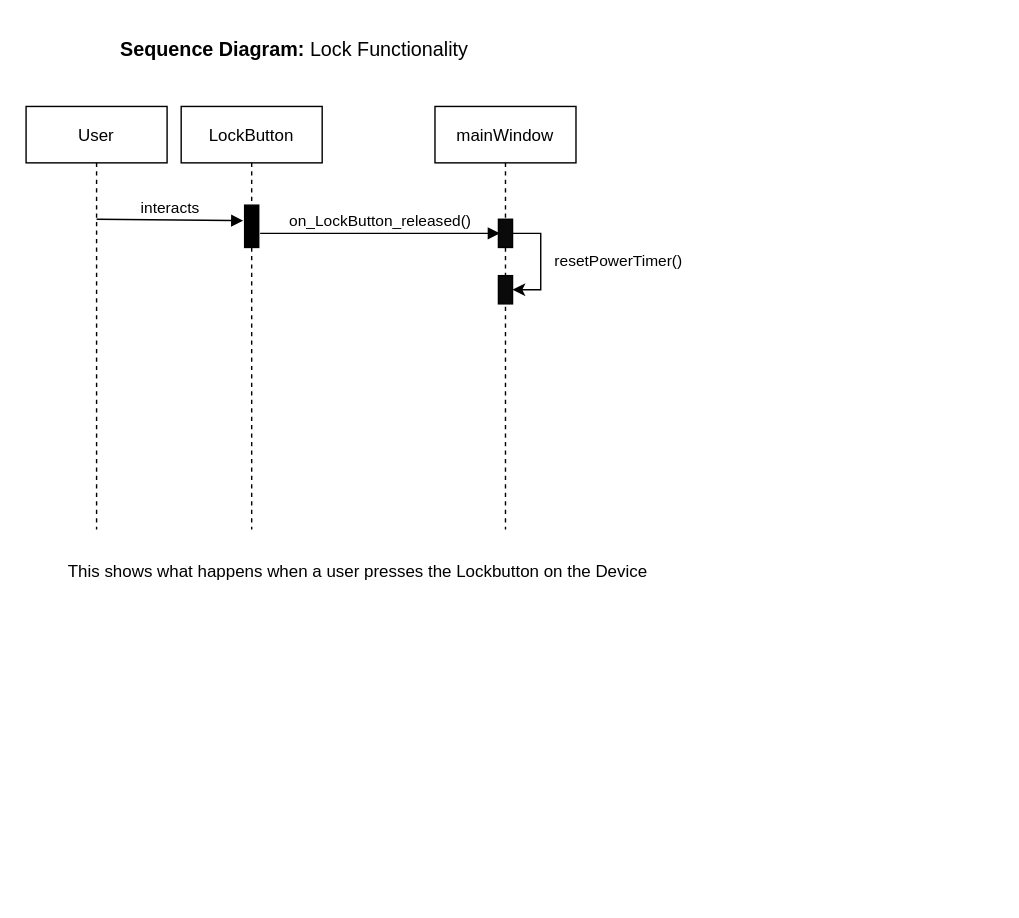
Above: Documentation/lockSequence.drawio in Hall-Andrew/CESDEVICE-3004FinalProject (draw.io), before the change. Source tidied: cells renumbered, new cells numbered last; positions are measured from the earlier drawing's top-left corner, leaving out a move shared by most shapes. Both pictures are drawn from the tidied source at 141%, with x=0, y=0 at pixel (25, 35).
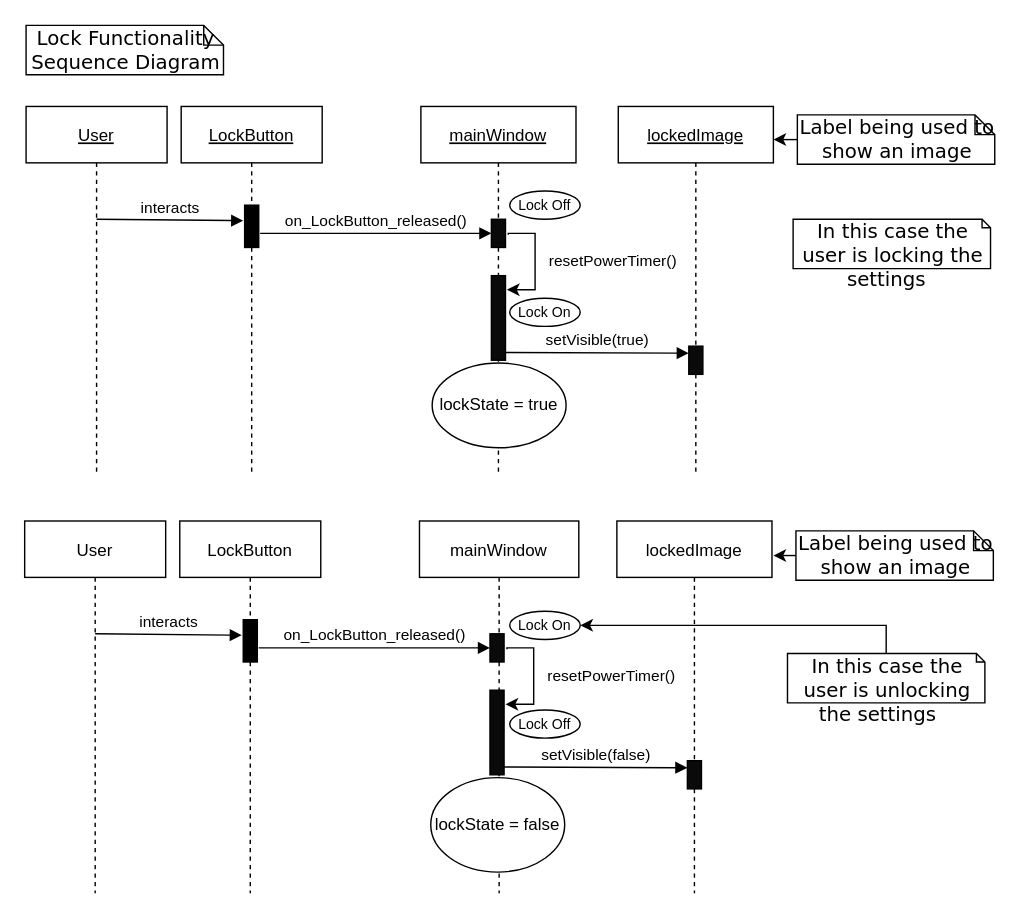
The same page after the edit.

Commit message (it also covers changes not shown here):
Removed leftover unused functions Changed function names to match Seq diagrams Edited some seq diagrams for consistancy In the process of fixing Record Sequence Diagram

Change to the diagram source:
```diff
@@
-    <mxCell id="2" value="LockButton" style="shape=umlLifeline;perimeter=lifelinePerimeter;rounded=0;shadow=0;strokeWidth=1;" parent="1" vertex="1">
-      <mxGeometry x="110" y="50" width="100" height="300" as="geometry" />
+    <mxCell id="2" value="LockButton" style="shape=umlLifeline;perimeter=lifelinePerimeter;rounded=0;shadow=0;strokeWidth=1;fontStyle=4;" parent="1" vertex="1">
+      <mxGeometry x="110" y="50" width="100" height="260" as="geometry" />
     </mxCell>
@@
-    <mxCell id="4" value="mainWindow" style="shape=umlLifeline;perimeter=lifelinePerimeter;rounded=0;shadow=0;strokeWidth=1;" parent="1" vertex="1">
-      <mxGeometry x="290" y="50" width="100" height="300" as="geometry" />
+    <mxCell id="4" value="mainWindow" style="shape=umlLifeline;perimeter=lifelinePerimeter;rounded=0;shadow=0;strokeWidth=1;fontStyle=4;" parent="1" vertex="1">
+      <mxGeometry x="280" y="50" width="110" height="260" as="geometry" />
     </mxCell>
-    <mxCell id="5" style="points=[];perimeter=orthogonalPerimeter;rounded=0;shadow=0;strokeWidth=1;fillColor=#0A0A0A;" parent="4" vertex="1">
-      <mxGeometry x="45" y="80" width="10" height="20" as="geometry" />
-    </mxCell>
-    <mxCell id="6" value="resetPowerTimer()" style="edgeStyle=orthogonalEdgeStyle;rounded=0;orthogonalLoop=1;jettySize=auto;html=1;" parent="4" edge="1">
+    <mxCell id="6" value="resetPowerTimer()" style="edgeStyle=orthogonalEdgeStyle;rounded=0;jettySize=auto;html=1;startArrow=none;exitX=1.2;exitY=0.55;exitDx=0;exitDy=0;exitPerimeter=0;" parent="4" edge="1" source="5">
       <mxGeometry y="55" relative="1" as="geometry">
-        <mxPoint x="55" y="90" as="sourcePoint" />
-        <mxPoint x="55" y="130" as="targetPoint" />
+        <mxPoint x="61" y="130" as="targetPoint" />
         <Array as="points">
-          <mxPoint x="75" y="90" />
-          <mxPoint x="75" y="130" />
-          <mxPoint x="55" y="130" />
+          <mxPoint x="62" y="90" />
+          <mxPoint x="81" y="90" />
+          <mxPoint x="81" y="130" />
         </Array>
       </mxGeometry>
     </mxCell>
     <mxCell id="7" style="perimeter=orthogonalPerimeter;rounded=0;shadow=0;strokeWidth=1;fillColor=#0A0A0A;" parent="4" vertex="1">
-      <mxGeometry x="45" y="120" width="10" height="20" as="geometry" />
+      <mxGeometry x="50" y="120" width="10" height="60" as="geometry" />
     </mxCell>
+    <mxCell id="13" value="Lock Off" style="ellipse;whiteSpace=wrap;html=1;fontSize=10;" parent="4" vertex="1">
+      <mxGeometry x="63" y="60" width="50" height="20" as="geometry" />
+    </mxCell>
+    <mxCell id="5" style="points=[];perimeter=orthogonalPerimeter;rounded=0;shadow=0;strokeWidth=1;fillColor=#0A0A0A;" parent="4" vertex="1">
+      <mxGeometry x="50" y="80" width="10" height="20" as="geometry" />
+    </mxCell>
+    <mxCell id="14" value="lockState = true" style="ellipse;whiteSpace=wrap;html=1;" parent="4" vertex="1">
+      <mxGeometry x="8" y="182" width="95" height="60" as="geometry" />
+    </mxCell>
-    <mxCell id="8" value="User" style="shape=umlLifeline;perimeter=lifelinePerimeter;rounded=0;shadow=0;strokeWidth=1;" parent="1" vertex="1">
-      <mxGeometry y="50" width="100" height="300" as="geometry" />
+    <mxCell id="8" value="User" style="shape=umlLifeline;perimeter=lifelinePerimeter;rounded=0;shadow=0;strokeWidth=1;fontStyle=4;" parent="1" vertex="1">
+      <mxGeometry y="50" width="100" height="260" as="geometry" />
     </mxCell>
@@
     <mxCell id="10" value="on_LockButton_released()" style="html=1;verticalAlign=bottom;endArrow=block;rounded=0;" parent="1" edge="1">
       <mxGeometry relative="1" as="geometry">
         <mxPoint x="166" y="140" as="sourcePoint" />
-        <mxPoint x="336" y="140" as="targetPoint" />
+        <mxPoint x="330" y="140" as="targetPoint" />
       </mxGeometry>
     </mxCell>
-    <mxCell id="11" value="This shows what happens when a user presses the Lockbutton on the Device" style="text;html=1;align=center;verticalAlign=middle;strokeColor=none;fillColor=none;" parent="1" vertex="1">
-      <mxGeometry x="20" y="370" width="430" height="20" as="geometry" />
-    </mxCell>
-    <mxCell id="12" value="&lt;font style=&quot;font-size: 14px&quot;&gt;&lt;b&gt;Sequence Diagram:&lt;/b&gt; Lock Functionality&lt;/font&gt;" style="text;html=1;align=center;verticalAlign=middle;strokeColor=none;fillColor=none;" parent="1" vertex="1">
-      <mxGeometry x="60" width="260" height="20" as="geometry" />
-    </mxCell>
+    <mxCell id="15" value="&lt;div style=&quot;text-align: center&quot;&gt;&lt;span style=&quot;font-size: 14px&quot;&gt;Lock Functionality Sequence Diagram&lt;/span&gt;&lt;/div&gt;" style="shape=note;whiteSpace=wrap;html=1;size=14;verticalAlign=top;align=left;spacingTop=-6;rounded=0;shadow=0;comic=0;labelBackgroundColor=none;strokeWidth=1;fontFamily=Verdana;fontSize=12;fillColor=default;strokeColor=default;fontColor=default;" parent="1" vertex="1">
+      <mxGeometry y="-7.5" width="140" height="35" as="geometry" />
+    </mxCell>
+    <mxCell id="16" value="lockedImage" style="shape=umlLifeline;perimeter=lifelinePerimeter;rounded=0;shadow=0;strokeWidth=1;fontStyle=4;" parent="1" vertex="1">
+      <mxGeometry x="420" y="50" width="110" height="260" as="geometry" />
+    </mxCell>
+    <mxCell id="17" style="perimeter=orthogonalPerimeter;rounded=0;shadow=0;strokeWidth=1;fillColor=#0A0A0A;" parent="16" vertex="1">
+      <mxGeometry x="50" y="170" width="10" height="20" as="geometry" />
+    </mxCell>
+    <mxCell id="18" value="setVisible(true)" style="html=1;verticalAlign=bottom;endArrow=block;rounded=0;" parent="16" edge="1">
+      <mxGeometry relative="1" as="geometry">
+        <mxPoint x="-80" y="174.5" as="sourcePoint" />
+        <mxPoint x="50" y="175" as="targetPoint" />
+      </mxGeometry>
+    </mxCell>
+    <mxCell id="19" style="edgeStyle=orthogonalEdgeStyle;rounded=0;jettySize=auto;html=1;exitX=0;exitY=0.5;exitDx=0;exitDy=0;exitPerimeter=0;entryX=1;entryY=0.092;entryDx=0;entryDy=0;entryPerimeter=0;" parent="1" edge="1" source="20" target="16">
+      <mxGeometry relative="1" as="geometry" />
+    </mxCell>
+    <mxCell id="20" value="&lt;div style=&quot;text-align: center&quot;&gt;&lt;span style=&quot;font-size: 14px&quot;&gt;Label being used to show an image&lt;/span&gt;&lt;/div&gt;" style="shape=note;whiteSpace=wrap;html=1;size=14;verticalAlign=top;align=left;spacingTop=-6;rounded=0;shadow=0;comic=0;labelBackgroundColor=none;strokeWidth=1;fontFamily=Verdana;fontSize=12;fillColor=default;strokeColor=default;fontColor=default;" parent="1" vertex="1">
+      <mxGeometry x="547" y="56" width="140" height="35" as="geometry" />
+    </mxCell>
+    <mxCell id="21" value="Lock On" style="ellipse;whiteSpace=wrap;html=1;fontSize=10;" parent="1" vertex="1">
+      <mxGeometry x="343" y="186" width="50" height="20" as="geometry" />
+    </mxCell>
+    <mxCell id="22" value="LockButton" style="shape=umlLifeline;perimeter=lifelinePerimeter;rounded=0;shadow=0;strokeWidth=1;" parent="1" vertex="1">
+      <mxGeometry x="109" y="344" width="100" height="264" as="geometry" />
+    </mxCell>
+    <mxCell id="23" style="points=[];perimeter=orthogonalPerimeter;rounded=0;shadow=0;strokeWidth=1;fillColor=#000000;" parent="22" vertex="1">
+      <mxGeometry x="45" y="70" width="10" height="30" as="geometry" />
+    </mxCell>
+    <mxCell id="24" value="mainWindow" style="shape=umlLifeline;perimeter=lifelinePerimeter;rounded=0;shadow=0;strokeWidth=1;" parent="1" vertex="1">
+      <mxGeometry x="279" y="344" width="113" height="264" as="geometry" />
+    </mxCell>
+    <mxCell id="25" value="resetPowerTimer()" style="edgeStyle=orthogonalEdgeStyle;rounded=0;jettySize=auto;html=1;startArrow=none;exitX=1.2;exitY=0.55;exitDx=0;exitDy=0;exitPerimeter=0;" parent="24" edge="1" source="28">
+      <mxGeometry y="55" relative="1" as="geometry">
+        <mxPoint x="61" y="130" as="targetPoint" />
+        <Array as="points">
+          <mxPoint x="62" y="90" />
+          <mxPoint x="81" y="90" />
+          <mxPoint x="81" y="130" />
+        </Array>
+      </mxGeometry>
+    </mxCell>
+    <mxCell id="26" style="perimeter=orthogonalPerimeter;rounded=0;shadow=0;strokeWidth=1;fillColor=#0A0A0A;" parent="24" vertex="1">
+      <mxGeometry x="50" y="120" width="10" height="60" as="geometry" />
+    </mxCell>
+    <mxCell id="27" value="Lock Off" style="ellipse;whiteSpace=wrap;html=1;fontSize=10;" parent="24" vertex="1">
+      <mxGeometry x="64" y="134" width="50" height="20" as="geometry" />
+    </mxCell>
+    <mxCell id="28" style="points=[];perimeter=orthogonalPerimeter;rounded=0;shadow=0;strokeWidth=1;fillColor=#0A0A0A;" parent="24" vertex="1">
+      <mxGeometry x="50" y="80" width="10" height="20" as="geometry" />
+    </mxCell>
+    <mxCell id="29" value="Lock On" style="ellipse;whiteSpace=wrap;html=1;fontSize=10;" parent="24" vertex="1">
+      <mxGeometry x="64" y="64" width="50" height="20" as="geometry" />
+    </mxCell>
+    <mxCell id="30" value="User" style="shape=umlLifeline;perimeter=lifelinePerimeter;rounded=0;shadow=0;strokeWidth=1;" parent="1" vertex="1">
+      <mxGeometry x="-1" y="344" width="100" height="264" as="geometry" />
+    </mxCell>
+    <mxCell id="31" value="interacts" style="html=1;verticalAlign=bottom;endArrow=block;rounded=0;entryX=-0.1;entryY=0.367;entryDx=0;entryDy=0;entryPerimeter=0;" parent="30" edge="1" target="23">
+      <mxGeometry relative="1" as="geometry">
+        <mxPoint x="50" y="80" as="sourcePoint" />
+      </mxGeometry>
+    </mxCell>
+    <mxCell id="32" value="on_LockButton_released()" style="html=1;verticalAlign=bottom;endArrow=block;rounded=0;" parent="1" edge="1">
+      <mxGeometry relative="1" as="geometry">
+        <mxPoint x="165" y="434" as="sourcePoint" />
+        <mxPoint x="329" y="434" as="targetPoint" />
+      </mxGeometry>
+    </mxCell>
+    <mxCell id="33" value="lockedImage" style="shape=umlLifeline;perimeter=lifelinePerimeter;rounded=0;shadow=0;strokeWidth=1;" parent="1" vertex="1">
+      <mxGeometry x="419" y="344" width="110" height="264" as="geometry" />
+    </mxCell>
+    <mxCell id="34" style="perimeter=orthogonalPerimeter;rounded=0;shadow=0;strokeWidth=1;fillColor=#0A0A0A;" parent="33" vertex="1">
+      <mxGeometry x="50" y="170" width="10" height="20" as="geometry" />
+    </mxCell>
+    <mxCell id="35" value="setVisible(false)" style="html=1;verticalAlign=bottom;endArrow=block;rounded=0;" parent="33" edge="1">
+      <mxGeometry relative="1" as="geometry">
+        <mxPoint x="-80" y="174.5" as="sourcePoint" />
+        <mxPoint x="50" y="175" as="targetPoint" />
+      </mxGeometry>
+    </mxCell>
+    <mxCell id="36" style="edgeStyle=orthogonalEdgeStyle;rounded=0;jettySize=auto;html=1;exitX=0;exitY=0.5;exitDx=0;exitDy=0;exitPerimeter=0;" parent="1" edge="1" source="37">
+      <mxGeometry relative="1" as="geometry">
+        <mxPoint x="530" y="369" as="targetPoint" />
+      </mxGeometry>
+    </mxCell>
+    <mxCell id="37" value="&lt;div style=&quot;text-align: center&quot;&gt;&lt;span style=&quot;font-size: 14px&quot;&gt;Label being used to show an image&lt;/span&gt;&lt;/div&gt;" style="shape=note;whiteSpace=wrap;html=1;size=14;verticalAlign=top;align=left;spacingTop=-6;rounded=0;shadow=0;comic=0;labelBackgroundColor=none;strokeWidth=1;fontFamily=Verdana;fontSize=12;fillColor=default;strokeColor=default;fontColor=default;" parent="1" vertex="1">
+      <mxGeometry x="546" y="351" width="140" height="35" as="geometry" />
+    </mxCell>
+    <mxCell id="38" value="lockState = false" style="ellipse;whiteSpace=wrap;html=1;" parent="1" vertex="1">
+      <mxGeometry x="287" y="526" width="95" height="67" as="geometry" />
+    </mxCell>
+    <mxCell id="39" value="&lt;div style=&quot;text-align: center&quot;&gt;&lt;span style=&quot;font-size: 14px&quot;&gt;In this case the user is locking the settings&amp;nbsp;&amp;nbsp;&lt;/span&gt;&lt;/div&gt;" style="shape=note;whiteSpace=wrap;html=1;size=6;verticalAlign=top;align=left;spacingTop=-6;rounded=0;shadow=0;comic=0;labelBackgroundColor=none;strokeWidth=1;fontFamily=Verdana;fontSize=12;fillColor=default;strokeColor=default;fontColor=default;" parent="1" vertex="1">
+      <mxGeometry x="544" y="130" width="140" height="35" as="geometry" />
+    </mxCell>
+    <mxCell id="40" style="edgeStyle=orthogonalEdgeStyle;rounded=0;jettySize=auto;html=1;exitX=0.5;exitY=0;exitDx=0;exitDy=0;exitPerimeter=0;entryX=1;entryY=0.5;entryDx=0;entryDy=0;" parent="1" edge="1" source="41" target="29">
+      <mxGeometry relative="1" as="geometry" />
+    </mxCell>
+    <mxCell id="41" value="&lt;div style=&quot;text-align: center&quot;&gt;&lt;span style=&quot;font-size: 14px&quot;&gt;In this case the user is unlocking the settings&amp;nbsp; &amp;nbsp;&lt;/span&gt;&lt;/div&gt;&lt;div style=&quot;text-align: center&quot;&gt;&lt;span style=&quot;font-size: 14px&quot;&gt;&amp;nbsp;&lt;/span&gt;&lt;/div&gt;" style="shape=note;whiteSpace=wrap;html=1;size=6;verticalAlign=top;align=left;spacingTop=-6;rounded=0;shadow=0;comic=0;labelBackgroundColor=none;strokeWidth=1;fontFamily=Verdana;fontSize=12;fillColor=default;strokeColor=default;fontColor=default;" parent="1" vertex="1">
+      <mxGeometry x="540" y="438" width="140" height="35" as="geometry" />
+    </mxCell>
```
